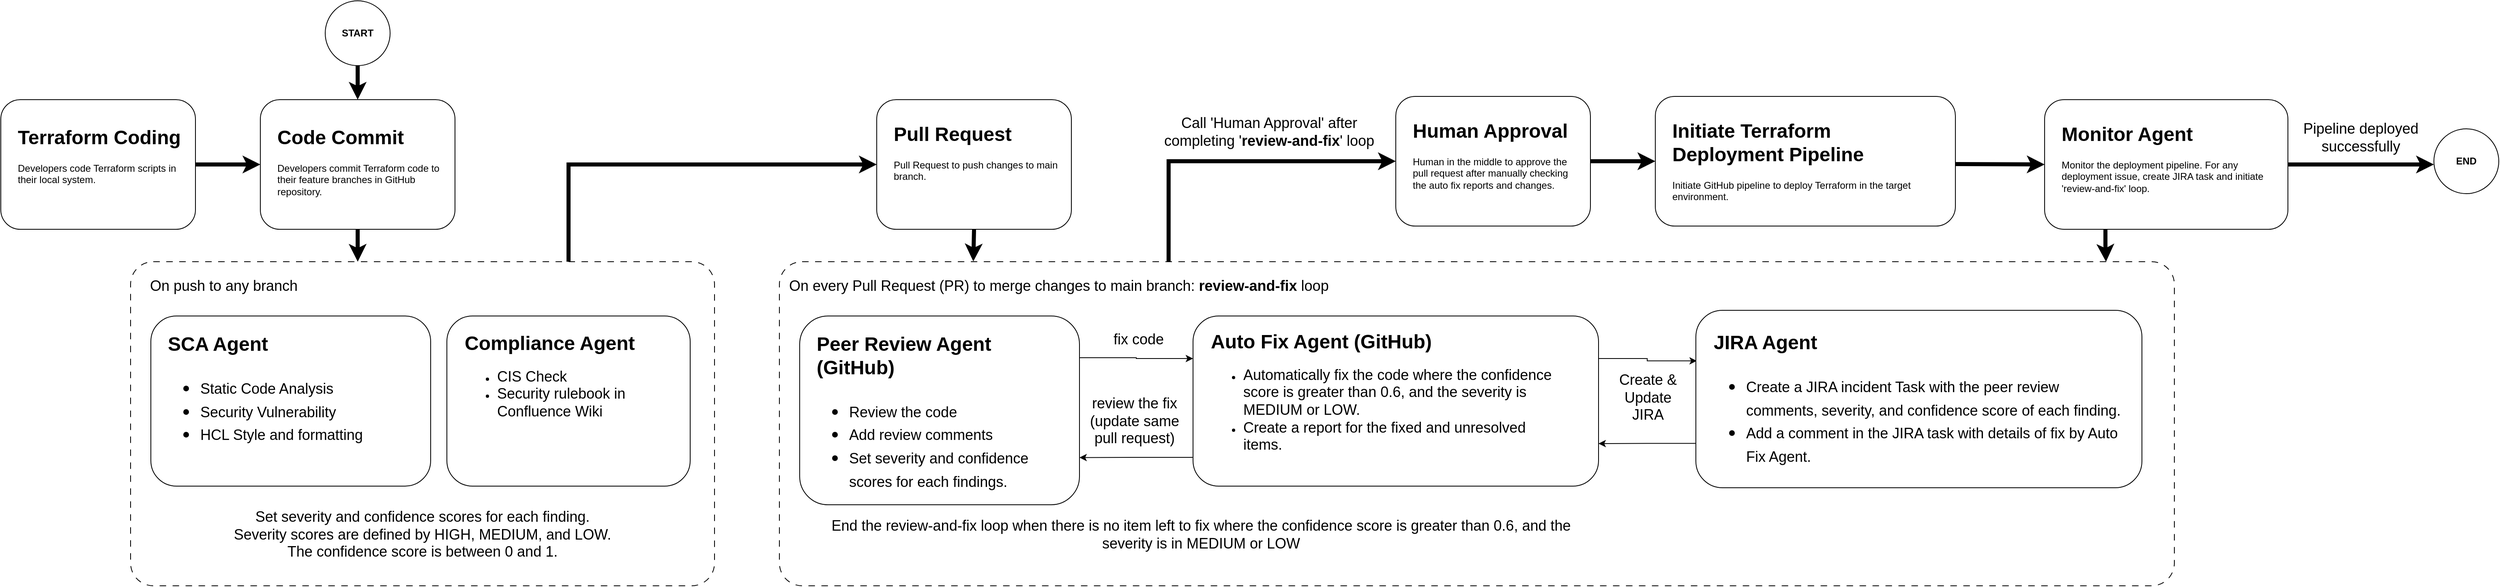
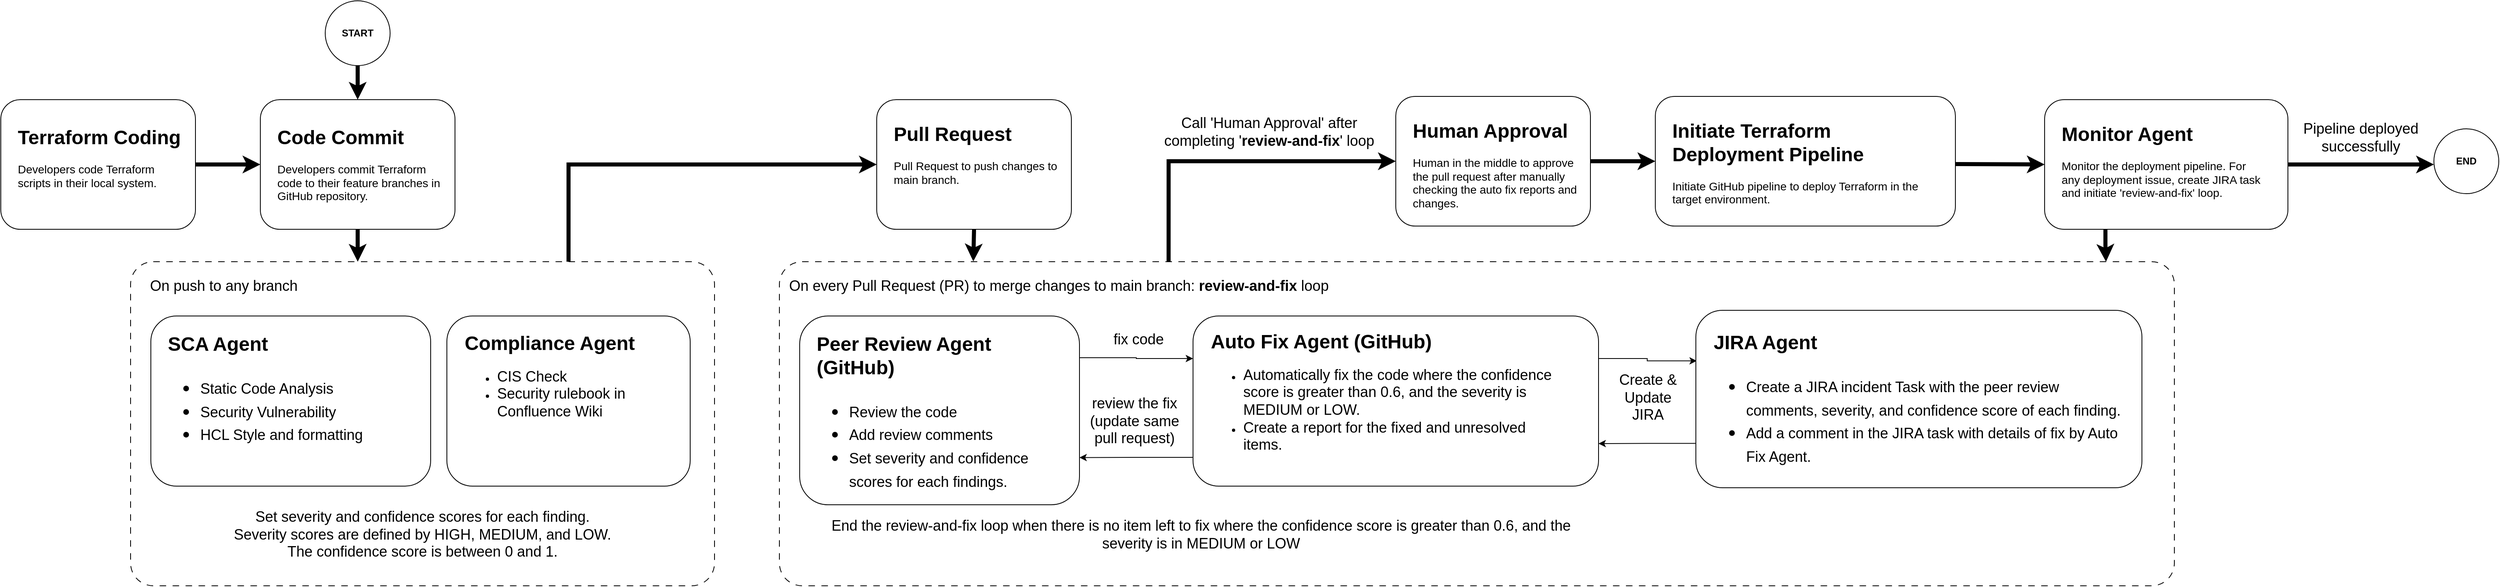
<mxfile host="app.diagrams.net">
  <diagram name="Page-1" id="llQ14HlxIDWXj9B5HY60">
    <mxGraphModel dx="1006" dy="638" grid="1" gridSize="10" guides="1" tooltips="1" connect="1" arrows="1" fold="1" page="1" pageScale="1" pageWidth="850" pageHeight="1100" math="0" shadow="0">
      <root>
        <mxCell id="0" />
        <mxCell id="1" parent="0" />
        <mxCell id="IWc9zJM8tDhvkjJ2dRjy-13" edge="1" parent="1" source="IWc9zJM8tDhvkjJ2dRjy-5" style="edgeStyle=orthogonalEdgeStyle;rounded=0;orthogonalLoop=1;jettySize=auto;html=1;entryX=0;entryY=0.5;entryDx=0;entryDy=0;exitX=0.75;exitY=0;exitDx=0;exitDy=0;strokeWidth=5;" target="IWc9zJM8tDhvkjJ2dRjy-1">
          <mxGeometry relative="1" as="geometry" />
        </mxCell>
        <mxCell id="oJW8UGhNAXkty13G2p3x-1" parent="1" style="rounded=1;whiteSpace=wrap;html=1;" value="" vertex="1">
          <mxGeometry height="160" width="240" x="440" y="200" as="geometry" />
        </mxCell>
-         <mxCell id="oJW8UGhNAXkty13G2p3x-3" parent="1" style="text;html=1;whiteSpace=wrap;overflow=hidden;rounded=0;" value="&lt;h1 style=&quot;margin-top: 0px;&quot;&gt;Code Commit&lt;/h1&gt;&lt;p&gt;Developers commit Terraform code to their feature branches in GitHub repository.&lt;/p&gt;" vertex="1">
+         <mxCell id="oJW8UGhNAXkty13G2p3x-3" parent="1" style="text;html=1;whiteSpace=wrap;overflow=hidden;rounded=0;" value="&lt;h1 style=&quot;margin-top: 0px;&quot;&gt;Code Commit&lt;/h1&gt;&lt;p&gt;&lt;font style=&quot;font-size: 14px;&quot;&gt;Developers commit Terraform code to their feature branches in GitHub repository.&lt;/font&gt;&lt;/p&gt;" vertex="1">
          <mxGeometry height="100" width="210" x="459" y="226" as="geometry" />
        </mxCell>
        <mxCell id="IWc9zJM8tDhvkjJ2dRjy-35" edge="1" parent="1" source="IWc9zJM8tDhvkjJ2dRjy-14" style="edgeStyle=orthogonalEdgeStyle;rounded=0;orthogonalLoop=1;jettySize=auto;html=1;entryX=0;entryY=0.5;entryDx=0;entryDy=0;exitX=0.279;exitY=0.025;exitDx=0;exitDy=0;exitPerimeter=0;strokeWidth=5;" target="IWc9zJM8tDhvkjJ2dRjy-33">
          <mxGeometry relative="1" as="geometry">
            <Array as="points">
              <mxPoint x="1560" y="276" />
            </Array>
          </mxGeometry>
        </mxCell>
        <mxCell id="IWc9zJM8tDhvkjJ2dRjy-1" parent="1" style="rounded=1;whiteSpace=wrap;html=1;" value="" vertex="1">
          <mxGeometry height="160" width="240" x="1200" y="200" as="geometry" />
        </mxCell>
-         <mxCell id="IWc9zJM8tDhvkjJ2dRjy-2" parent="1" style="text;html=1;whiteSpace=wrap;overflow=hidden;rounded=0;" value="&lt;h1 style=&quot;margin-top: 0px;&quot;&gt;Pull Request&lt;/h1&gt;&lt;p&gt;Pull Request to push changes to main branch.&lt;/p&gt;" vertex="1">
+         <mxCell id="IWc9zJM8tDhvkjJ2dRjy-2" parent="1" style="text;html=1;whiteSpace=wrap;overflow=hidden;rounded=0;" value="&lt;h1 style=&quot;margin-top: 0px;&quot;&gt;Pull Request&lt;/h1&gt;&lt;p&gt;&lt;font style=&quot;font-size: 14px;&quot;&gt;Pull Request to push changes to main branch.&lt;/font&gt;&lt;/p&gt;" vertex="1">
          <mxGeometry height="100" width="210" x="1219" y="222" as="geometry" />
        </mxCell>
        <mxCell id="IWc9zJM8tDhvkjJ2dRjy-12" edge="1" parent="1" source="IWc9zJM8tDhvkjJ2dRjy-3" style="edgeStyle=orthogonalEdgeStyle;rounded=0;orthogonalLoop=1;jettySize=auto;html=1;exitX=1;exitY=0.5;exitDx=0;exitDy=0;entryX=0;entryY=0.5;entryDx=0;entryDy=0;strokeWidth=5;" target="oJW8UGhNAXkty13G2p3x-1">
          <mxGeometry relative="1" as="geometry" />
        </mxCell>
        <mxCell id="IWc9zJM8tDhvkjJ2dRjy-3" parent="1" style="rounded=1;whiteSpace=wrap;html=1;" value="" vertex="1">
          <mxGeometry height="160" width="240" x="120" y="200" as="geometry" />
        </mxCell>
-         <mxCell id="IWc9zJM8tDhvkjJ2dRjy-4" parent="1" style="text;html=1;whiteSpace=wrap;overflow=hidden;rounded=0;" value="&lt;h1 style=&quot;margin-top: 0px;&quot;&gt;Terraform Coding&lt;/h1&gt;&lt;p&gt;Developers code Terraform scripts in their local system.&lt;/p&gt;" vertex="1">
+         <mxCell id="IWc9zJM8tDhvkjJ2dRjy-4" parent="1" style="text;html=1;whiteSpace=wrap;overflow=hidden;rounded=0;" value="&lt;h1 style=&quot;margin-top: 0px;&quot;&gt;Terraform Coding&lt;/h1&gt;&lt;p&gt;&lt;font style=&quot;font-size: 14px;&quot;&gt;Developers code Terraform scripts in their local system.&lt;/font&gt;&lt;/p&gt;" vertex="1">
          <mxGeometry height="100" width="210" x="139" y="226" as="geometry" />
        </mxCell>
        <mxCell id="IWc9zJM8tDhvkjJ2dRjy-5" parent="1" style="rounded=1;whiteSpace=wrap;html=1;arcSize=7;dashed=1;dashPattern=8 8;" value="" vertex="1">
          <mxGeometry height="400" width="720" x="280" y="400" as="geometry" />
        </mxCell>
        <mxCell id="IWc9zJM8tDhvkjJ2dRjy-6" parent="1" style="text;html=1;whiteSpace=wrap;strokeColor=none;fillColor=none;align=center;verticalAlign=middle;rounded=0;" value="&lt;font style=&quot;font-size: 18px;&quot;&gt;On push to any branch&lt;/font&gt;" vertex="1">
          <mxGeometry height="30" width="210" x="290" y="415" as="geometry" />
        </mxCell>
        <mxCell id="IWc9zJM8tDhvkjJ2dRjy-7" parent="1" style="rounded=1;whiteSpace=wrap;html=1;" value="" vertex="1">
          <mxGeometry height="210" width="345" x="305" y="467" as="geometry" />
        </mxCell>
        <mxCell id="IWc9zJM8tDhvkjJ2dRjy-8" parent="1" style="text;html=1;whiteSpace=wrap;overflow=hidden;rounded=0;" value="&lt;h1 style=&quot;margin-top: 0px;&quot;&gt;SCA Agent&lt;/h1&gt;&lt;h1 style=&quot;margin-top: 0px;&quot;&gt;&lt;p style=&quot;font-size: 12px; font-weight: 400;&quot;&gt;&lt;/p&gt;&lt;ul&gt;&lt;li&gt;&lt;span style=&quot;font-size: 18px; font-weight: normal;&quot;&gt;Static Code Analysis&lt;/span&gt;&lt;/li&gt;&lt;li&gt;&lt;span style=&quot;font-size: 18px; font-weight: normal;&quot;&gt;Security Vulnerability&lt;/span&gt;&lt;/li&gt;&lt;li&gt;&lt;span style=&quot;font-size: 18px; font-weight: normal;&quot;&gt;HCL Style and formatting&lt;/span&gt;&lt;/li&gt;&lt;/ul&gt;&lt;p&gt;&lt;/p&gt;&lt;/h1&gt;" vertex="1">
          <mxGeometry height="183" width="306" x="324" y="481" as="geometry" />
        </mxCell>
        <mxCell id="IWc9zJM8tDhvkjJ2dRjy-9" parent="1" style="rounded=1;whiteSpace=wrap;html=1;" value="" vertex="1">
          <mxGeometry height="210" width="300" x="670" y="467" as="geometry" />
        </mxCell>
        <mxCell id="IWc9zJM8tDhvkjJ2dRjy-10" parent="1" style="text;html=1;whiteSpace=wrap;overflow=hidden;rounded=0;" value="&lt;h1 style=&quot;margin-top: 0px;&quot;&gt;Compliance Agent&lt;/h1&gt;&lt;p&gt;&lt;/p&gt;&lt;ul&gt;&lt;li&gt;&lt;span style=&quot;font-size: 18px;&quot;&gt;CIS Check&lt;/span&gt;&lt;/li&gt;&lt;li&gt;&lt;span style=&quot;font-size: 18px;&quot;&gt;Security rulebook in Confluence Wiki&lt;/span&gt;&lt;/li&gt;&lt;/ul&gt;&lt;p&gt;&lt;/p&gt;" vertex="1">
          <mxGeometry height="180" width="269" x="690" y="480" as="geometry" />
        </mxCell>
        <mxCell id="IWc9zJM8tDhvkjJ2dRjy-11" edge="1" parent="1" source="oJW8UGhNAXkty13G2p3x-1" style="edgeStyle=orthogonalEdgeStyle;rounded=0;orthogonalLoop=1;jettySize=auto;html=1;exitX=0.5;exitY=1;exitDx=0;exitDy=0;entryX=0.389;entryY=0;entryDx=0;entryDy=0;entryPerimeter=0;strokeWidth=5;" target="IWc9zJM8tDhvkjJ2dRjy-5">
          <mxGeometry relative="1" as="geometry" />
        </mxCell>
        <mxCell id="IWc9zJM8tDhvkjJ2dRjy-14" parent="1" style="rounded=1;whiteSpace=wrap;html=1;arcSize=7;dashed=1;dashPattern=8 8;" value="" vertex="1">
          <mxGeometry height="400" width="1720" x="1080" y="400" as="geometry" />
        </mxCell>
        <mxCell id="IWc9zJM8tDhvkjJ2dRjy-15" parent="1" style="text;html=1;whiteSpace=wrap;strokeColor=none;fillColor=none;align=left;verticalAlign=middle;rounded=0;" value="&lt;font style=&quot;font-size: 18px;&quot;&gt;On every Pull Request (PR) to merge changes to main branch: &lt;b&gt;review-and-fix &lt;/b&gt;loop&lt;/font&gt;" vertex="1">
          <mxGeometry height="30" width="740" x="1090" y="415" as="geometry" />
        </mxCell>
        <mxCell id="IWc9zJM8tDhvkjJ2dRjy-22" edge="1" parent="1" source="IWc9zJM8tDhvkjJ2dRjy-16" style="edgeStyle=orthogonalEdgeStyle;rounded=0;orthogonalLoop=1;jettySize=auto;html=1;exitX=1;exitY=0.221;exitDx=0;exitDy=0;entryX=0;entryY=0.25;entryDx=0;entryDy=0;exitPerimeter=0;" target="IWc9zJM8tDhvkjJ2dRjy-18">
          <mxGeometry relative="1" as="geometry" />
        </mxCell>
        <mxCell id="IWc9zJM8tDhvkjJ2dRjy-16" parent="1" style="rounded=1;whiteSpace=wrap;html=1;" value="" vertex="1">
          <mxGeometry height="233" width="345" x="1105" y="467" as="geometry" />
        </mxCell>
        <mxCell id="IWc9zJM8tDhvkjJ2dRjy-17" parent="1" style="text;html=1;whiteSpace=wrap;overflow=hidden;rounded=0;" value="&lt;h1 style=&quot;margin-top: 0px;&quot;&gt;Peer Review Agent (GitHub)&lt;/h1&gt;&lt;h1 style=&quot;margin-top: 0px;&quot;&gt;&lt;p style=&quot;font-size: 12px; font-weight: 400;&quot;&gt;&lt;/p&gt;&lt;ul&gt;&lt;li&gt;&lt;span style=&quot;font-size: 18px; font-weight: 400;&quot;&gt;Review the code&lt;/span&gt;&lt;/li&gt;&lt;li&gt;&lt;span style=&quot;font-size: 18px; font-weight: 400;&quot;&gt;Add review comments&lt;/span&gt;&lt;/li&gt;&lt;li&gt;&lt;span style=&quot;font-size: 18px; font-weight: 400;&quot;&gt;Set severity and confidence scores for each findings.&lt;/span&gt;&lt;/li&gt;&lt;/ul&gt;&lt;p&gt;&lt;/p&gt;&lt;/h1&gt;" vertex="1">
          <mxGeometry height="209" width="306" x="1124" y="481" as="geometry" />
        </mxCell>
        <mxCell id="IWc9zJM8tDhvkjJ2dRjy-23" edge="1" parent="1" source="IWc9zJM8tDhvkjJ2dRjy-18" style="edgeStyle=orthogonalEdgeStyle;rounded=0;orthogonalLoop=1;jettySize=auto;html=1;exitX=0;exitY=0.831;exitDx=0;exitDy=0;entryX=1;entryY=0.75;entryDx=0;entryDy=0;exitPerimeter=0;" target="IWc9zJM8tDhvkjJ2dRjy-16">
          <mxGeometry relative="1" as="geometry" />
        </mxCell>
        <mxCell id="IWc9zJM8tDhvkjJ2dRjy-31" edge="1" parent="1" source="IWc9zJM8tDhvkjJ2dRjy-18" style="edgeStyle=orthogonalEdgeStyle;rounded=0;orthogonalLoop=1;jettySize=auto;html=1;exitX=1;exitY=0.25;exitDx=0;exitDy=0;entryX=0.002;entryY=0.285;entryDx=0;entryDy=0;entryPerimeter=0;" target="IWc9zJM8tDhvkjJ2dRjy-27">
          <mxGeometry relative="1" as="geometry" />
        </mxCell>
        <mxCell id="IWc9zJM8tDhvkjJ2dRjy-18" parent="1" style="rounded=1;whiteSpace=wrap;html=1;" value="" vertex="1">
          <mxGeometry height="210" width="500" x="1590" y="467" as="geometry" />
        </mxCell>
        <mxCell id="IWc9zJM8tDhvkjJ2dRjy-19" parent="1" style="text;html=1;whiteSpace=wrap;overflow=hidden;rounded=0;" value="&lt;h1 style=&quot;margin-top: 0px;&quot;&gt;Auto Fix Agent (GitHub)&lt;/h1&gt;&lt;p&gt;&lt;/p&gt;&lt;ul&gt;&lt;li&gt;&lt;span style=&quot;font-size: 18px;&quot;&gt;Automatically fix the code where the confidence score is greater than 0.6, and the severity is MEDIUM or LOW.&amp;nbsp;&lt;/span&gt;&lt;/li&gt;&lt;li&gt;&lt;span style=&quot;font-size: 18px;&quot;&gt;Create a report for the fixed and unresolved items.&lt;/span&gt;&lt;/li&gt;&lt;/ul&gt;&lt;p&gt;&lt;/p&gt;" vertex="1">
          <mxGeometry height="192" width="440" x="1610" y="478" as="geometry" />
        </mxCell>
        <mxCell id="IWc9zJM8tDhvkjJ2dRjy-20" parent="1" style="text;whiteSpace=wrap;fontSize=18;align=center;" value="Set severity and confidence scores for each finding.&#xa;Severity scores are defined by HIGH, MEDIUM, and LOW.&#xa;The confidence score is between 0 and 1." vertex="1">
          <mxGeometry height="77" width="640" x="320" y="698" as="geometry" />
        </mxCell>
        <mxCell id="IWc9zJM8tDhvkjJ2dRjy-21" edge="1" parent="1" source="IWc9zJM8tDhvkjJ2dRjy-1" style="edgeStyle=orthogonalEdgeStyle;rounded=0;orthogonalLoop=1;jettySize=auto;html=1;exitX=0.5;exitY=1;exitDx=0;exitDy=0;entryX=0.139;entryY=-0.001;entryDx=0;entryDy=0;entryPerimeter=0;strokeWidth=5;" target="IWc9zJM8tDhvkjJ2dRjy-14">
          <mxGeometry relative="1" as="geometry" />
        </mxCell>
        <mxCell id="IWc9zJM8tDhvkjJ2dRjy-24" parent="1" style="text;html=1;whiteSpace=wrap;strokeColor=none;fillColor=none;align=center;verticalAlign=middle;rounded=0;" value="&lt;font style=&quot;font-size: 18px;&quot;&gt;fix code&lt;/font&gt;" vertex="1">
          <mxGeometry height="30" width="82" x="1482" y="481" as="geometry" />
        </mxCell>
        <mxCell id="IWc9zJM8tDhvkjJ2dRjy-25" parent="1" style="text;html=1;whiteSpace=wrap;strokeColor=none;fillColor=none;align=center;verticalAlign=middle;rounded=0;" value="&lt;font style=&quot;font-size: 18px;&quot;&gt;review the fix (update same pull request)&lt;/font&gt;" vertex="1">
          <mxGeometry height="67" width="120" x="1458" y="563" as="geometry" />
        </mxCell>
        <mxCell id="IWc9zJM8tDhvkjJ2dRjy-26" parent="1" style="text;html=1;whiteSpace=wrap;strokeColor=none;fillColor=none;align=center;verticalAlign=middle;rounded=0;" value="&lt;font style=&quot;font-size: 18px;&quot;&gt;End the review-and-fix loop when there is no item left to fix where the confidence score is greater than 0.6, and the severity is in MEDIUM or LOW&lt;/font&gt;" vertex="1">
          <mxGeometry height="50" width="980" x="1110" y="711.5" as="geometry" />
        </mxCell>
        <mxCell id="IWc9zJM8tDhvkjJ2dRjy-30" edge="1" parent="1" source="IWc9zJM8tDhvkjJ2dRjy-27" style="edgeStyle=orthogonalEdgeStyle;rounded=0;orthogonalLoop=1;jettySize=auto;html=1;exitX=0;exitY=0.75;exitDx=0;exitDy=0;entryX=1;entryY=0.75;entryDx=0;entryDy=0;" target="IWc9zJM8tDhvkjJ2dRjy-18">
          <mxGeometry relative="1" as="geometry" />
        </mxCell>
        <mxCell id="IWc9zJM8tDhvkjJ2dRjy-27" parent="1" style="rounded=1;whiteSpace=wrap;html=1;" value="" vertex="1">
          <mxGeometry height="219" width="550" x="2210" y="460" as="geometry" />
        </mxCell>
        <mxCell id="IWc9zJM8tDhvkjJ2dRjy-28" parent="1" style="text;html=1;whiteSpace=wrap;overflow=hidden;rounded=0;" value="&lt;h1 style=&quot;margin-top: 0px;&quot;&gt;JIRA Agent&lt;/h1&gt;&lt;h1 style=&quot;margin-top: 0px;&quot;&gt;&lt;p style=&quot;font-size: 12px; font-weight: 400;&quot;&gt;&lt;/p&gt;&lt;ul&gt;&lt;li&gt;&lt;span style=&quot;font-size: 18px; font-weight: 400;&quot;&gt;Create a JIRA incident Task with the peer review comments, severity, and confidence score of each finding.&lt;/span&gt;&lt;/li&gt;&lt;li&gt;&lt;span style=&quot;font-size: 18px; font-weight: 400;&quot;&gt;Add a comment in the JIRA task with details of fix by Auto Fix Agent.&lt;/span&gt;&lt;/li&gt;&lt;/ul&gt;&lt;p&gt;&lt;/p&gt;&lt;/h1&gt;" vertex="1">
          <mxGeometry height="191" width="510" x="2230" y="479" as="geometry" />
        </mxCell>
        <mxCell id="IWc9zJM8tDhvkjJ2dRjy-32" parent="1" style="text;html=1;whiteSpace=wrap;strokeColor=none;fillColor=none;align=center;verticalAlign=middle;rounded=0;" value="&lt;font style=&quot;font-size: 18px;&quot;&gt;Create &amp;amp; Update JIRA&lt;/font&gt;" vertex="1">
          <mxGeometry height="57.5" width="102" x="2100" y="539" as="geometry" />
        </mxCell>
        <mxCell id="IWc9zJM8tDhvkjJ2dRjy-39" edge="1" parent="1" source="IWc9zJM8tDhvkjJ2dRjy-33" style="edgeStyle=orthogonalEdgeStyle;rounded=0;orthogonalLoop=1;jettySize=auto;html=1;exitX=1;exitY=0.5;exitDx=0;exitDy=0;entryX=0;entryY=0.5;entryDx=0;entryDy=0;strokeWidth=5;" target="IWc9zJM8tDhvkjJ2dRjy-37">
          <mxGeometry relative="1" as="geometry" />
        </mxCell>
        <mxCell id="IWc9zJM8tDhvkjJ2dRjy-33" parent="1" style="rounded=1;whiteSpace=wrap;html=1;" value="" vertex="1">
          <mxGeometry height="160" width="240" x="1840" y="196" as="geometry" />
        </mxCell>
-         <mxCell id="IWc9zJM8tDhvkjJ2dRjy-34" parent="1" style="text;html=1;whiteSpace=wrap;overflow=hidden;rounded=0;" value="&lt;h1 style=&quot;margin-top: 0px;&quot;&gt;Human Approval&lt;/h1&gt;&lt;p&gt;Human in the middle to approve the pull request after manually checking the auto fix reports and changes.&amp;nbsp;&lt;/p&gt;" vertex="1">
-           <mxGeometry height="100" width="210" x="1859" y="218" as="geometry" />
+         <mxCell id="IWc9zJM8tDhvkjJ2dRjy-34" parent="1" style="text;html=1;whiteSpace=wrap;overflow=hidden;rounded=0;" value="&lt;h1 style=&quot;margin-top: 0px;&quot;&gt;Human Approval&lt;/h1&gt;&lt;p&gt;&lt;font style=&quot;font-size: 14px;&quot;&gt;Human in the middle to approve the pull request after manually checking the auto fix reports and changes.&amp;nbsp;&lt;/font&gt;&lt;/p&gt;" vertex="1">
+           <mxGeometry height="122" width="210" x="1859" y="218" as="geometry" />
        </mxCell>
        <mxCell id="IWc9zJM8tDhvkjJ2dRjy-36" parent="1" style="text;html=1;whiteSpace=wrap;strokeColor=none;fillColor=none;align=center;verticalAlign=middle;rounded=0;" value="&lt;font style=&quot;font-size: 18px;&quot;&gt;Call &#39;Human Approval&#39; after completing &#39;&lt;b&gt;review-and-fix&lt;/b&gt;&#39; loop&lt;/font&gt;" vertex="1">
          <mxGeometry height="60" width="268" x="1550" y="210" as="geometry" />
        </mxCell>
        <mxCell id="IWc9zJM8tDhvkjJ2dRjy-37" parent="1" style="rounded=1;whiteSpace=wrap;html=1;" value="" vertex="1">
          <mxGeometry height="160" width="370" x="2160" y="196" as="geometry" />
        </mxCell>
-         <mxCell id="IWc9zJM8tDhvkjJ2dRjy-38" parent="1" style="text;html=1;whiteSpace=wrap;overflow=hidden;rounded=0;" value="&lt;h1 style=&quot;margin-top: 0px;&quot;&gt;Initiate Terraform Deployment Pipeline&lt;/h1&gt;&lt;p&gt;Initiate GitHub pipeline to deploy Terraform in the target environment.&amp;nbsp;&amp;nbsp;&lt;/p&gt;" vertex="1">
+         <mxCell id="IWc9zJM8tDhvkjJ2dRjy-38" parent="1" style="text;html=1;whiteSpace=wrap;overflow=hidden;rounded=0;" value="&lt;h1 style=&quot;margin-top: 0px;&quot;&gt;Initiate Terraform Deployment Pipeline&lt;/h1&gt;&lt;p&gt;&lt;font style=&quot;font-size: 14px;&quot;&gt;Initiate GitHub pipeline to deploy Terraform in the target environment.&lt;/font&gt;&amp;nbsp;&amp;nbsp;&lt;/p&gt;" vertex="1">
          <mxGeometry height="112" width="341" x="2179" y="218" as="geometry" />
        </mxCell>
        <mxCell id="IWc9zJM8tDhvkjJ2dRjy-41" edge="1" parent="1" source="IWc9zJM8tDhvkjJ2dRjy-40" style="edgeStyle=orthogonalEdgeStyle;rounded=0;orthogonalLoop=1;jettySize=auto;html=1;exitX=0.5;exitY=1;exitDx=0;exitDy=0;entryX=0.5;entryY=0;entryDx=0;entryDy=0;strokeWidth=5;" target="oJW8UGhNAXkty13G2p3x-1">
          <mxGeometry relative="1" as="geometry" />
        </mxCell>
        <mxCell id="IWc9zJM8tDhvkjJ2dRjy-40" parent="1" style="ellipse;whiteSpace=wrap;html=1;aspect=fixed;fontStyle=1" value="START" vertex="1">
          <mxGeometry height="80" width="80" x="520" y="78" as="geometry" />
        </mxCell>
        <mxCell id="IWc9zJM8tDhvkjJ2dRjy-47" edge="1" parent="1" source="IWc9zJM8tDhvkjJ2dRjy-42" style="edgeStyle=orthogonalEdgeStyle;rounded=0;orthogonalLoop=1;jettySize=auto;html=1;exitX=1;exitY=0.5;exitDx=0;exitDy=0;strokeWidth=5;">
          <mxGeometry relative="1" as="geometry">
            <mxPoint x="3120" y="280" as="targetPoint" />
          </mxGeometry>
        </mxCell>
        <mxCell id="IWc9zJM8tDhvkjJ2dRjy-42" parent="1" style="rounded=1;whiteSpace=wrap;html=1;" value="" vertex="1">
          <mxGeometry height="160" width="300" x="2640" y="200" as="geometry" />
        </mxCell>
-         <mxCell id="IWc9zJM8tDhvkjJ2dRjy-43" parent="1" style="text;html=1;whiteSpace=wrap;overflow=hidden;rounded=0;" value="&lt;h1 style=&quot;margin-top: 0px;&quot;&gt;Monitor Agent&lt;/h1&gt;&lt;p&gt;Monitor the deployment pipeline.&amp;nbsp;&lt;span style=&quot;background-color: transparent; color: light-dark(rgb(0, 0, 0), rgb(255, 255, 255));&quot;&gt;F&lt;/span&gt;&lt;span style=&quot;background-color: transparent; color: light-dark(rgb(0, 0, 0), rgb(255, 255, 255));&quot;&gt;or any deployment issue, create JIRA task and initiate &#39;review-and-fix&#39; loop.&lt;/span&gt;&lt;/p&gt;" vertex="1">
+         <mxCell id="IWc9zJM8tDhvkjJ2dRjy-43" parent="1" style="text;html=1;whiteSpace=wrap;overflow=hidden;rounded=0;" value="&lt;h1 style=&quot;margin-top: 0px;&quot;&gt;Monitor Agent&lt;/h1&gt;&lt;p&gt;&lt;font style=&quot;font-size: 14px;&quot;&gt;Monitor the deployment pipeline.&amp;nbsp;&lt;span style=&quot;background-color: transparent; color: light-dark(rgb(0, 0, 0), rgb(255, 255, 255));&quot;&gt;F&lt;/span&gt;&lt;span style=&quot;background-color: transparent; color: light-dark(rgb(0, 0, 0), rgb(255, 255, 255));&quot;&gt;or any deployment issue, create JIRA task and initiate &#39;review-and-fix&#39; loop.&lt;/span&gt;&lt;/font&gt;&lt;/p&gt;" vertex="1">
          <mxGeometry height="112" width="251" x="2659" y="222" as="geometry" />
        </mxCell>
        <mxCell id="IWc9zJM8tDhvkjJ2dRjy-44" edge="1" parent="1" style="edgeStyle=orthogonalEdgeStyle;rounded=0;orthogonalLoop=1;jettySize=auto;html=1;exitX=1;exitY=0.5;exitDx=0;exitDy=0;entryX=0;entryY=0.5;entryDx=0;entryDy=0;strokeWidth=5;" target="IWc9zJM8tDhvkjJ2dRjy-42">
          <mxGeometry relative="1" as="geometry">
            <mxPoint x="2530" y="279.5" as="sourcePoint" />
            <mxPoint x="2610" y="279.5" as="targetPoint" />
          </mxGeometry>
        </mxCell>
        <mxCell id="IWc9zJM8tDhvkjJ2dRjy-45" edge="1" parent="1" source="IWc9zJM8tDhvkjJ2dRjy-42" style="edgeStyle=orthogonalEdgeStyle;rounded=0;orthogonalLoop=1;jettySize=auto;html=1;exitX=0.25;exitY=1;exitDx=0;exitDy=0;entryX=0.951;entryY=0;entryDx=0;entryDy=0;entryPerimeter=0;strokeWidth=5;" target="IWc9zJM8tDhvkjJ2dRjy-14">
          <mxGeometry relative="1" as="geometry" />
        </mxCell>
        <mxCell id="IWc9zJM8tDhvkjJ2dRjy-46" parent="1" style="ellipse;whiteSpace=wrap;html=1;aspect=fixed;fontStyle=1" value="END" vertex="1">
          <mxGeometry height="80" width="80" x="3120" y="236" as="geometry" />
        </mxCell>
        <mxCell id="IWc9zJM8tDhvkjJ2dRjy-48" parent="1" style="text;html=1;whiteSpace=wrap;strokeColor=none;fillColor=none;align=center;verticalAlign=middle;rounded=0;" value="&lt;font style=&quot;font-size: 18px;&quot;&gt;Pipeline deployed successfully&lt;/font&gt;" vertex="1">
          <mxGeometry height="57.5" width="160" x="2950" y="218" as="geometry" />
        </mxCell>
      </root>
    </mxGraphModel>
  </diagram>
</mxfile>
